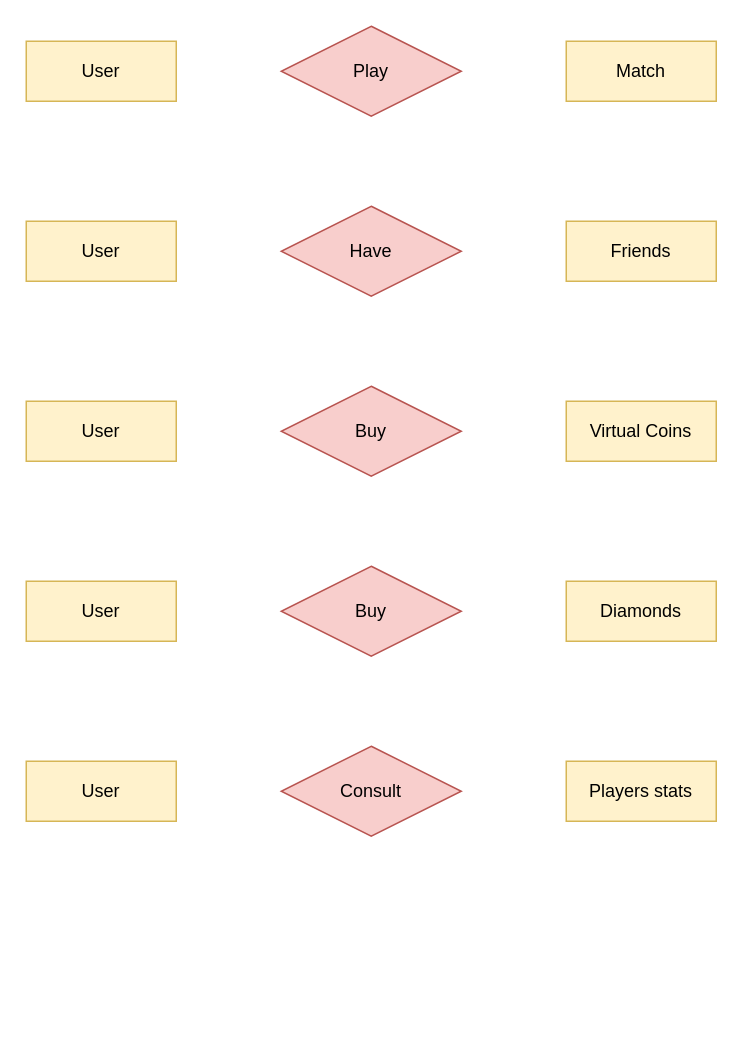
Before: page "Página-1" (1 of 2) of doc/diagrams/TableStars_ER.drawio in samugd17/proyecto-ets, a draw.io diagram. Source tidied: cells renumbered, new cells numbered last; positions are measured from the earlier drawing's top-left corner, leaving out a move shared by most shapes. Both pictures are drawn from the tidied source at 150%, with x=0, y=0 at pixel (26, 26).
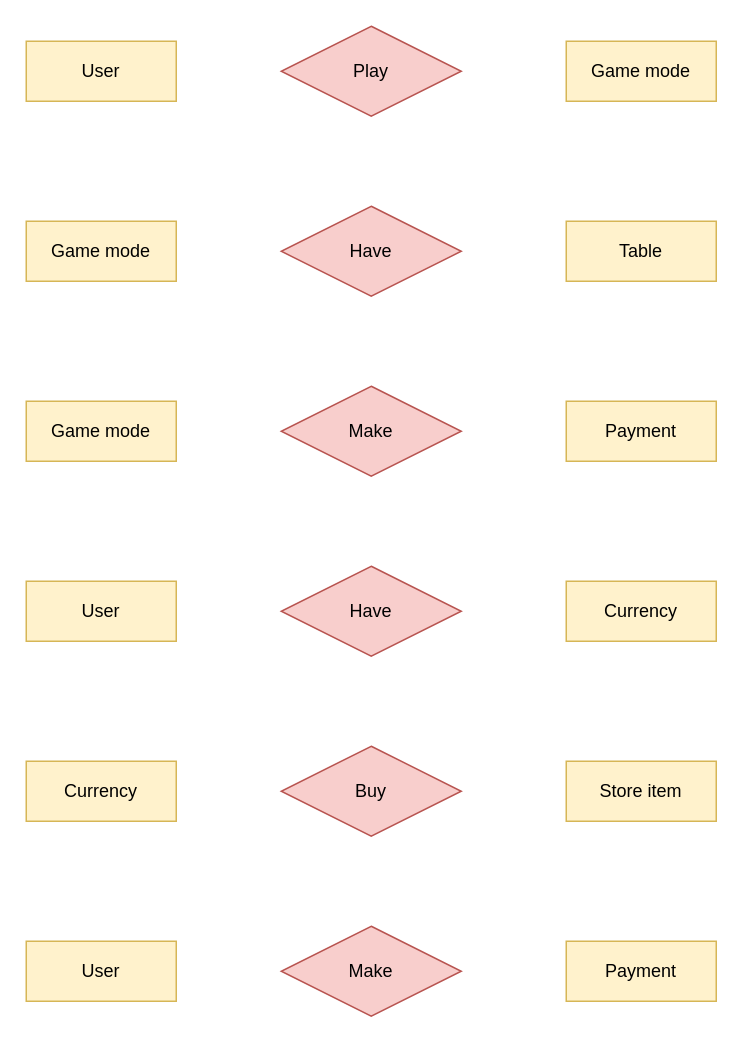
After the change.

Diff of the diagram source:
```diff
@@
 <mxGraphModel>
   <root>
     <mxCell id="0" />
     <mxCell id="1" parent="0" />
     <mxCell id="2" value="Play" style="shape=rhombus;perimeter=rhombusPerimeter;whiteSpace=wrap;html=1;align=center;fillColor=#f8cecc;strokeColor=#b85450;" parent="1" vertex="1">
       <mxGeometry x="170" width="120" height="60" as="geometry" />
     </mxCell>
     <mxCell id="3" value="User" style="whiteSpace=wrap;html=1;align=center;fillColor=#fff2cc;strokeColor=#d6b656;" parent="1" vertex="1">
       <mxGeometry y="10" width="100" height="40" as="geometry" />
     </mxCell>
-    <mxCell id="4" value="Match" style="whiteSpace=wrap;html=1;align=center;fillColor=#fff2cc;strokeColor=#d6b656;" parent="1" vertex="1">
-      <mxGeometry x="360" y="10" width="100" height="40" as="geometry" />
-    </mxCell>
-    <mxCell id="5" value="User" style="whiteSpace=wrap;html=1;align=center;fillColor=#fff2cc;strokeColor=#d6b656;" parent="1" vertex="1">
-      <mxGeometry y="130" width="100" height="40" as="geometry" />
-    </mxCell>
     <mxCell id="6" value="Have" style="shape=rhombus;perimeter=rhombusPerimeter;whiteSpace=wrap;html=1;align=center;fillColor=#f8cecc;strokeColor=#b85450;" parent="1" vertex="1">
       <mxGeometry x="170" y="120" width="120" height="60" as="geometry" />
     </mxCell>
-    <mxCell id="7" value="Friends" style="whiteSpace=wrap;html=1;align=center;fillColor=#fff2cc;strokeColor=#d6b656;" parent="1" vertex="1">
-      <mxGeometry x="360" y="130" width="100" height="40" as="geometry" />
+    <mxCell id="7" value="Game mode" style="whiteSpace=wrap;html=1;align=center;fillColor=#fff2cc;strokeColor=#d6b656;" parent="1" vertex="1">
+      <mxGeometry x="360" y="10" width="100" height="40" as="geometry" />
     </mxCell>
-    <mxCell id="8" value="User" style="whiteSpace=wrap;html=1;align=center;fillColor=#fff2cc;strokeColor=#d6b656;" parent="1" vertex="1">
-      <mxGeometry y="250" width="100" height="40" as="geometry" />
-    </mxCell>
-    <mxCell id="9" value="Buy" style="shape=rhombus;perimeter=rhombusPerimeter;whiteSpace=wrap;html=1;align=center;fillColor=#f8cecc;strokeColor=#b85450;" parent="1" vertex="1">
+    <mxCell id="9" value="Make" style="shape=rhombus;perimeter=rhombusPerimeter;whiteSpace=wrap;html=1;align=center;fillColor=#f8cecc;strokeColor=#b85450;" parent="1" vertex="1">
       <mxGeometry x="170" y="240" width="120" height="60" as="geometry" />
     </mxCell>
-    <mxCell id="10" value="Virtual Coins" style="whiteSpace=wrap;html=1;align=center;fillColor=#fff2cc;strokeColor=#d6b656;" parent="1" vertex="1">
-      <mxGeometry x="360" y="250" width="100" height="40" as="geometry" />
-    </mxCell>
     <mxCell id="11" value="User" style="whiteSpace=wrap;html=1;align=center;fillColor=#fff2cc;strokeColor=#d6b656;" parent="1" vertex="1">
       <mxGeometry y="370" width="100" height="40" as="geometry" />
     </mxCell>
-    <mxCell id="12" value="Buy" style="shape=rhombus;perimeter=rhombusPerimeter;whiteSpace=wrap;html=1;align=center;fillColor=#f8cecc;strokeColor=#b85450;" parent="1" vertex="1">
+    <mxCell id="12" value="Have" style="shape=rhombus;perimeter=rhombusPerimeter;whiteSpace=wrap;html=1;align=center;fillColor=#f8cecc;strokeColor=#b85450;" parent="1" vertex="1">
       <mxGeometry x="170" y="360" width="120" height="60" as="geometry" />
     </mxCell>
-    <mxCell id="13" value="Diamonds" style="whiteSpace=wrap;html=1;align=center;fillColor=#fff2cc;strokeColor=#d6b656;" parent="1" vertex="1">
+    <mxCell id="13" value="Currency" style="whiteSpace=wrap;html=1;align=center;fillColor=#fff2cc;strokeColor=#d6b656;" parent="1" vertex="1">
       <mxGeometry x="360" y="370" width="100" height="40" as="geometry" />
     </mxCell>
-    <mxCell id="14" value="User" style="whiteSpace=wrap;html=1;align=center;fillColor=#fff2cc;strokeColor=#d6b656;" parent="1" vertex="1">
-      <mxGeometry y="490" width="100" height="40" as="geometry" />
-    </mxCell>
-    <mxCell id="15" value="Consult" style="shape=rhombus;perimeter=rhombusPerimeter;whiteSpace=wrap;html=1;align=center;fillColor=#f8cecc;strokeColor=#b85450;" parent="1" vertex="1">
+    <mxCell id="15" value="Buy" style="shape=rhombus;perimeter=rhombusPerimeter;whiteSpace=wrap;html=1;align=center;fillColor=#f8cecc;strokeColor=#b85450;" parent="1" vertex="1">
       <mxGeometry x="170" y="480" width="120" height="60" as="geometry" />
     </mxCell>
-    <mxCell id="16" value="Players stats" style="whiteSpace=wrap;html=1;align=center;fillColor=#fff2cc;strokeColor=#d6b656;" parent="1" vertex="1">
+    <mxCell id="16" value="Store item" style="whiteSpace=wrap;html=1;align=center;fillColor=#fff2cc;strokeColor=#d6b656;" parent="1" vertex="1">
       <mxGeometry x="360" y="490" width="100" height="40" as="geometry" />
     </mxCell>
+    <mxCell id="17" value="Currency" style="whiteSpace=wrap;html=1;align=center;fillColor=#fff2cc;strokeColor=#d6b656;" parent="1" vertex="1">
+      <mxGeometry y="490" width="100" height="40" as="geometry" />
+    </mxCell>
+    <mxCell id="18" value="Payment" style="whiteSpace=wrap;html=1;align=center;fillColor=#fff2cc;strokeColor=#d6b656;" parent="1" vertex="1">
+      <mxGeometry x="360" y="610" width="100" height="40" as="geometry" />
+    </mxCell>
+    <mxCell id="19" value="User" style="whiteSpace=wrap;html=1;align=center;fillColor=#fff2cc;strokeColor=#d6b656;" parent="1" vertex="1">
+      <mxGeometry y="610" width="100" height="40" as="geometry" />
+    </mxCell>
+    <mxCell id="20" value="Make" style="shape=rhombus;perimeter=rhombusPerimeter;whiteSpace=wrap;html=1;align=center;fillColor=#f8cecc;strokeColor=#b85450;" parent="1" vertex="1">
+      <mxGeometry x="170" y="600" width="120" height="60" as="geometry" />
+    </mxCell>
+    <mxCell id="21" value="Game mode" style="whiteSpace=wrap;html=1;align=center;fillColor=#fff2cc;strokeColor=#d6b656;" parent="1" vertex="1">
+      <mxGeometry y="130" width="100" height="40" as="geometry" />
+    </mxCell>
+    <mxCell id="22" value="Table" style="whiteSpace=wrap;html=1;align=center;fillColor=#fff2cc;strokeColor=#d6b656;" parent="1" vertex="1">
+      <mxGeometry x="360" y="130" width="100" height="40" as="geometry" />
+    </mxCell>
+    <mxCell id="23" value="Game mode" style="whiteSpace=wrap;html=1;align=center;fillColor=#fff2cc;strokeColor=#d6b656;" parent="1" vertex="1">
+      <mxGeometry y="250" width="100" height="40" as="geometry" />
+    </mxCell>
+    <mxCell id="24" value="Payment" style="whiteSpace=wrap;html=1;align=center;fillColor=#fff2cc;strokeColor=#d6b656;" parent="1" vertex="1">
+      <mxGeometry x="360" y="250" width="100" height="40" as="geometry" />
+    </mxCell>
   </root>
 </mxGraphModel>
```
